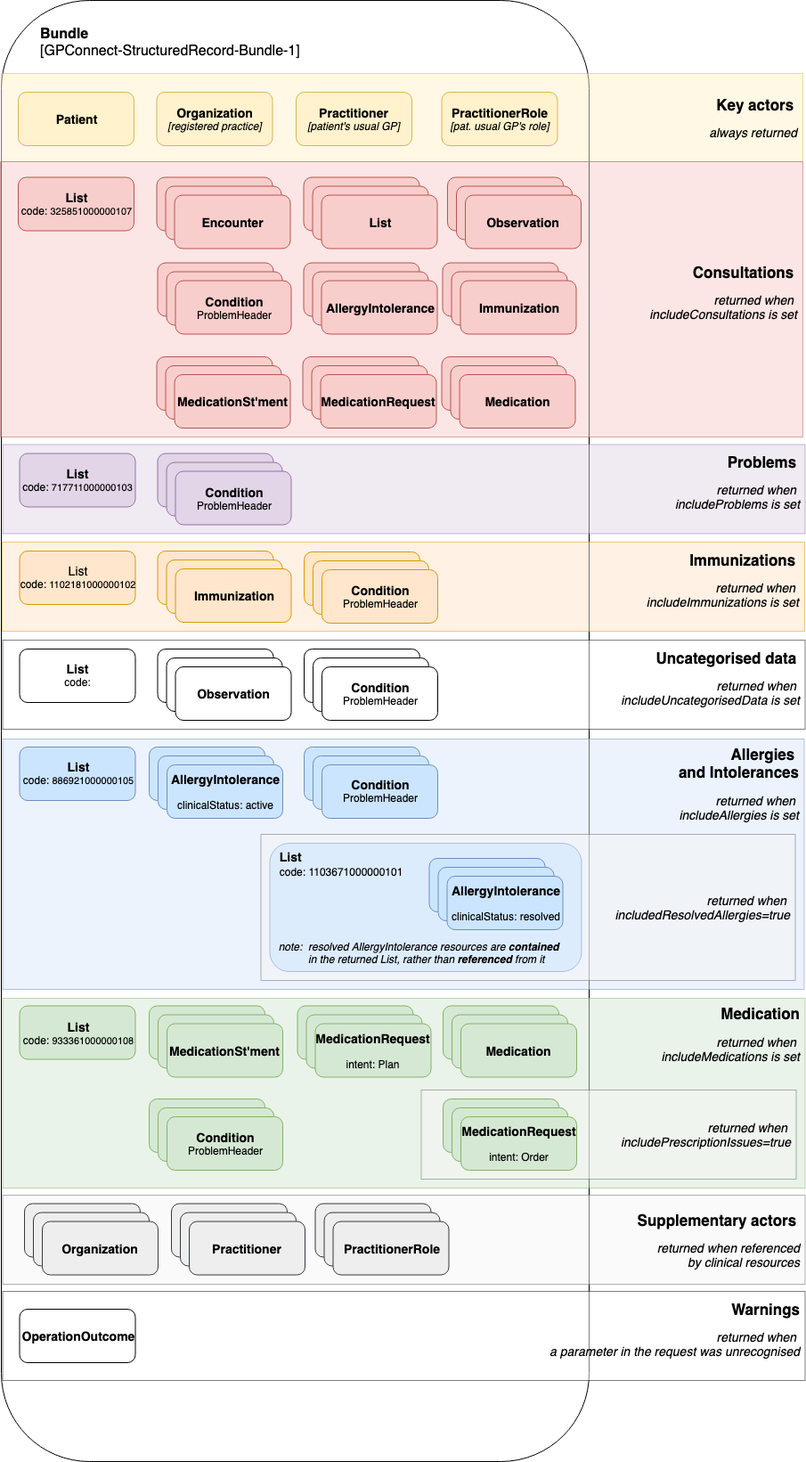
Before: images/access_structured/structured-bundle-response.png, a diagram exported from draw.io (nhsconnect/gpconnect). Source tidied: cells renumbered, new cells last; positions are measured from the earlier drawing's top-left corner, leaving out a move shared by most shapes.
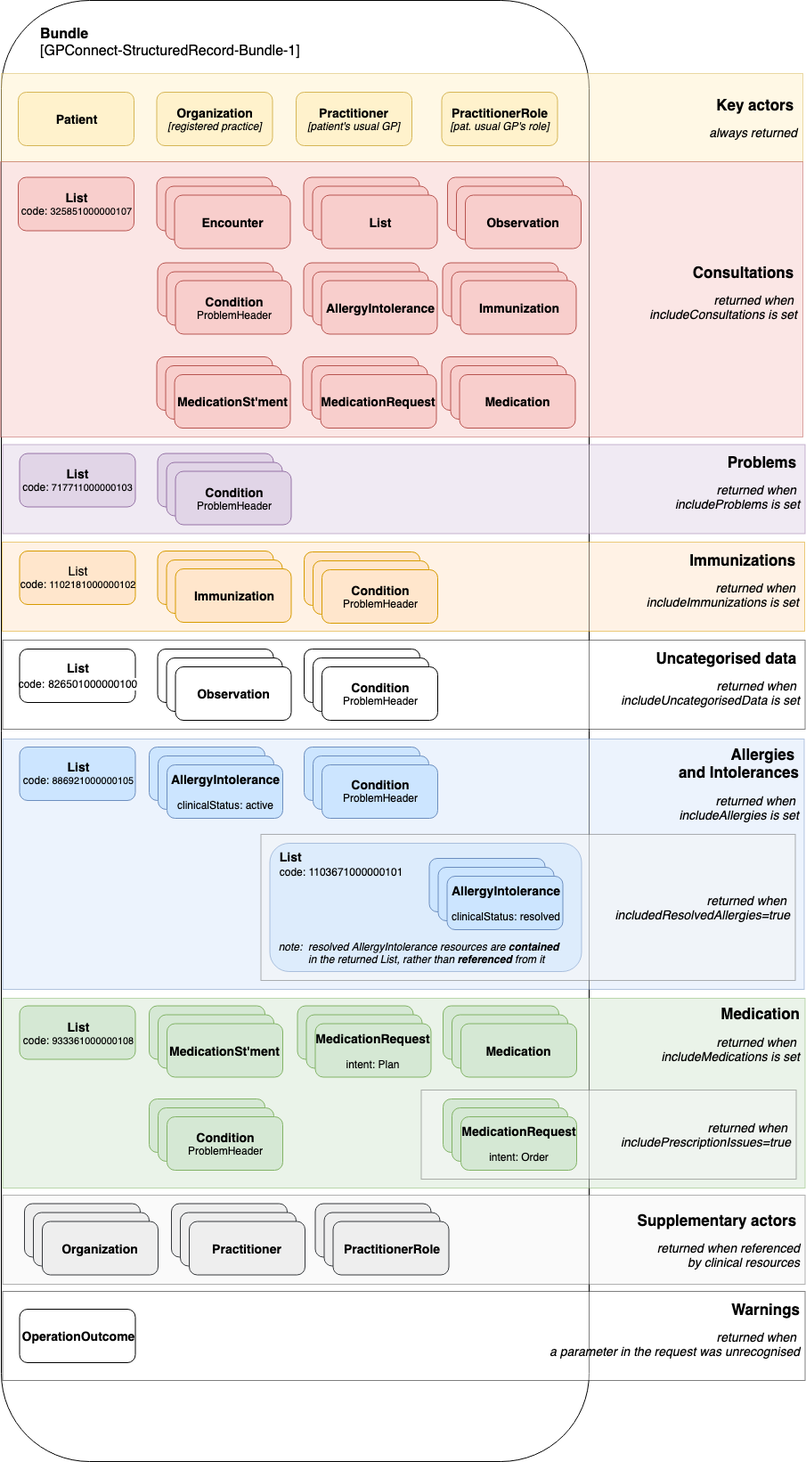
After the commit.

Commit message:
Added code for uncategorised

The edit, as a diff of the source:
```diff
@@ -254,7 +254,7 @@
     <mxCell id="85" value="&lt;font&gt;&lt;span style=&quot;font-size: 14px&quot;&gt;List&lt;br&gt;&lt;/span&gt;code:&amp;nbsp;&lt;font style=&quot;font-size: 11px&quot;&gt;1102181000000102&lt;/font&gt;&lt;br&gt;&lt;/font&gt;" style="rounded=1;whiteSpace=wrap;html=1;glass=0;align=center;fontStyle=0;fillColor=#ffe6cc;strokeColor=#d79b00;" parent="1" vertex="1">
       <mxGeometry x="21.5" y="618" width="130" height="60" as="geometry" />
     </mxCell>
-    <mxCell id="86" value="&lt;font&gt;&lt;span style=&quot;font-size: 14px&quot;&gt;List&lt;br&gt;&lt;/span&gt;&lt;span style=&quot;font-weight: normal&quot;&gt;code:&lt;/span&gt;&lt;br&gt;&lt;/font&gt;" style="rounded=1;whiteSpace=wrap;html=1;glass=0;align=center;fontStyle=1;" parent="1" vertex="1">
+    <mxCell id="86" value="&lt;font&gt;&lt;span style=&quot;font-size: 14px&quot;&gt;List&lt;br&gt;&lt;/span&gt;&lt;span style=&quot;font-weight: normal&quot;&gt;code:&lt;/span&gt;&lt;span style=&quot;font-family: &amp;#34;helvetica neue&amp;#34; , &amp;#34;helvetica&amp;#34; , &amp;#34;arial&amp;#34; , sans-serif ; font-size: 15px ; font-weight: normal ; text-align: left ; background-color: rgb(255 , 255 , 255)&quot;&gt;&amp;nbsp;&lt;/span&gt;&lt;span style=&quot;font-weight: normal ; text-align: left ; background-color: rgb(255 , 255 , 255)&quot;&gt;&lt;font style=&quot;font-size: 12px&quot;&gt;826501000000100&lt;/font&gt;&lt;/span&gt;&lt;br&gt;&lt;/font&gt;" style="rounded=1;whiteSpace=wrap;html=1;glass=0;align=center;fontStyle=1;" parent="1" vertex="1">
       <mxGeometry x="21.5" y="728" width="130" height="60" as="geometry" />
     </mxCell>
     <mxCell id="87" style="group;" parent="1" vertex="1">
```
